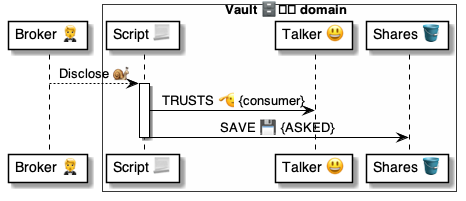
Before: 4 ⚙️ Solution/41 🎭 Domain Roles/Vaults 🗄️/🗄️🅰️ Vault methods/Disclose 🤵🐌🗄️/🗄️ Disclose ⚙️ uml.png, a diagram exported from PlantUML (pollyweb-org/pollyweb-docs). Its source is kept beside it as 4 ⚙️ Solution/41 🎭 Domain Roles/Vaults 🗄️/🗄️🅰️ Vault methods/Disclose 🤵🐌🗄️/🗄️ Disclose ⚙️ uml.puml.
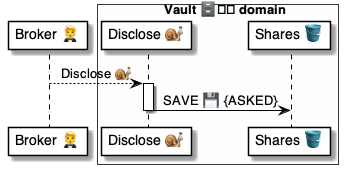
After the change.

Change to the diagram source:
```diff
@@ -2,8 +2,7 @@
 
 participant "Broker 🤵" as broker
 box Vault 🗄️️ domain #FFFFFA
-    participant "Script 📃" as vault
-    participant "Talker 😃" as talker
+    participant "Disclose 🐌" as vault
     participant "Shares 🪣" as shares
 end box
 
@@ -11,7 +10,6 @@
 broker --> vault: Disclose 🐌
 
 activate vault
-    vault -> talker: TRUSTS 🫡 {consumer}
     vault -> shares: SAVE 💾 {ASKED}
 deactivate vault
 
```
